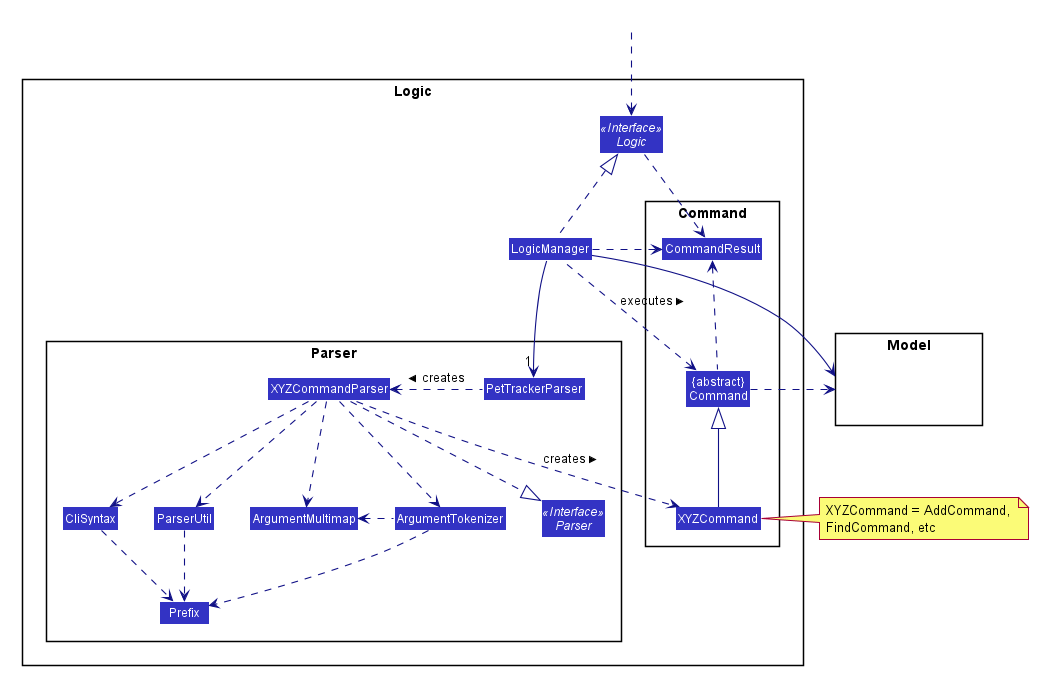
Before: images/dev-guide/LogicClassDiagram.png, a diagram exported from PlantUML (AY1920S2-CS2103-W15-4/main).
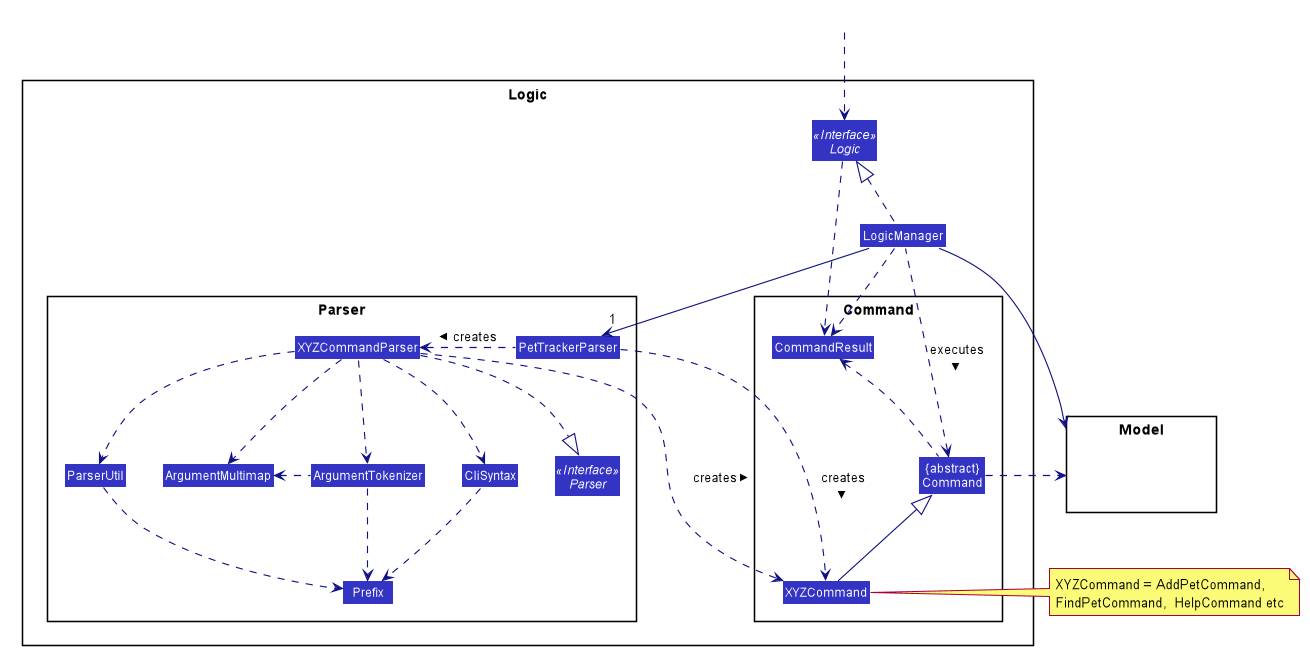
The same diagram one commit later.

The edit, as a diff of the source:
```diff
@@ -84,6 +84,7 @@
 LogicManager .up.|> Logic
 LogicManager -->"1" PetTrackerParser
 PetTrackerParser .left.> XYZCommandParser: creates >
+PetTrackerParser ...> XYZCommand: creates >
 
 XYZCommandParser ..> XYZCommand : creates >
 XYZCommandParser ..|> Parser
@@ -100,7 +101,7 @@
 
 LogicManager --> Model
 Command .right.> Model
-note right of XYZCommand: XYZCommand = AddCommand, \nFindCommand, etc
+note right of XYZCommand: XYZCommand = AddPetCommand, \nFindPetCommand,  HelpCommand etc
 
 Logic ..> CommandResult
 LogicManager .down.> CommandResult
```
